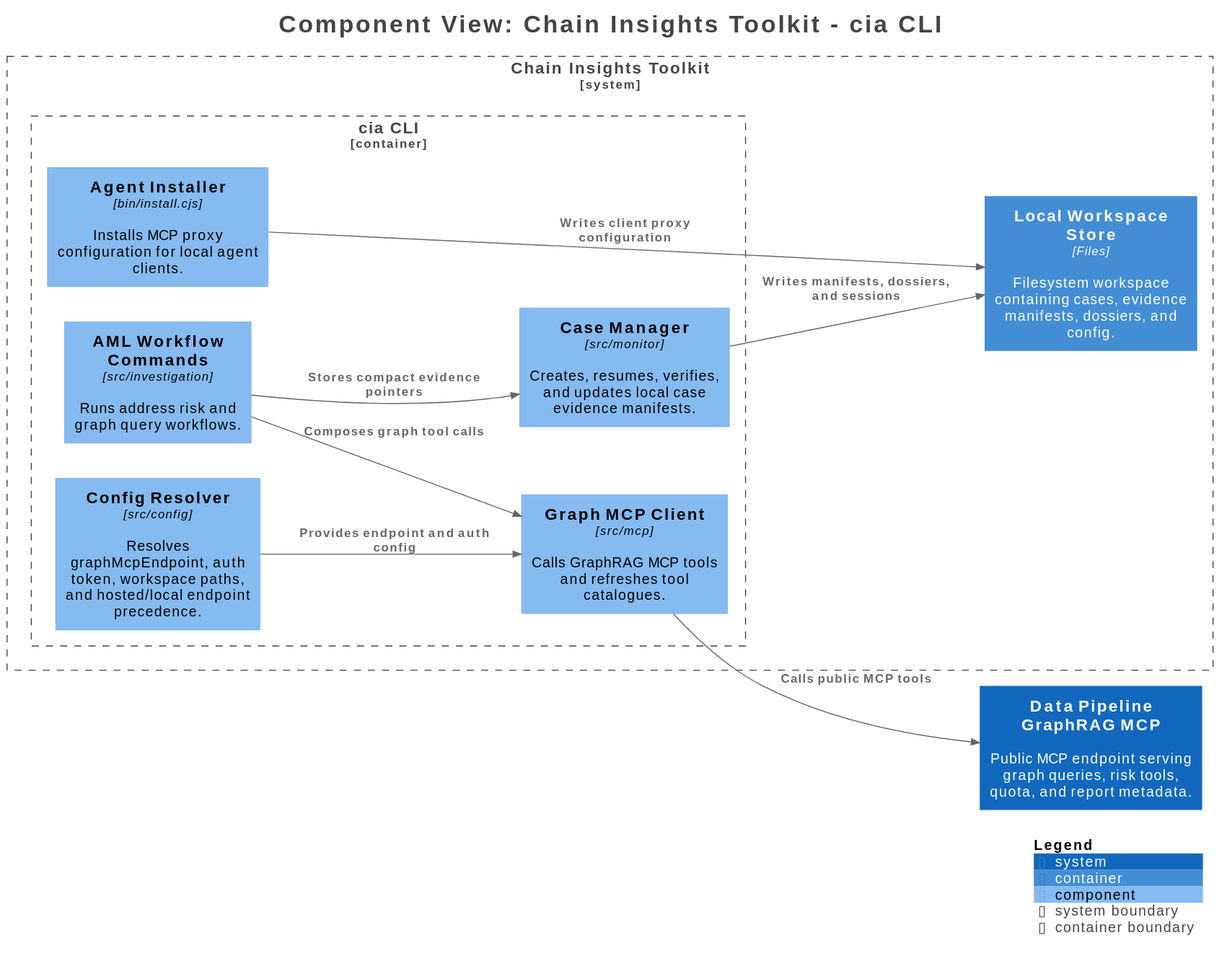
This is docs/architecture/diagrams/rendered/global/structurizr-chain-insights-components.svg from chainswarm/chain-insights, a PlantUML export, as it was before one commit.
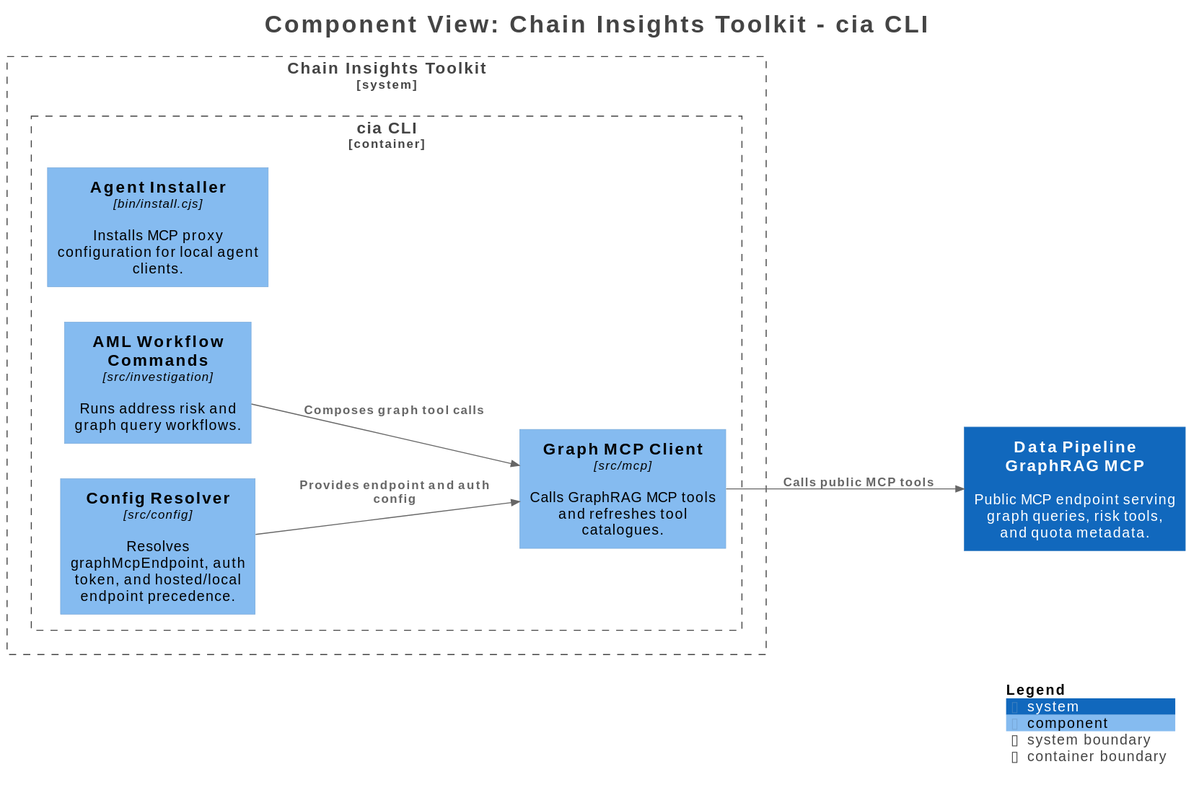
The same diagram one commit later.

Change to the diagram source:
```diff
@@ -13,29 +13,23 @@
 
 !include <C4/C4>
 !include <C4/C4_Context>
-!include <C4/C4_Container>
 !include <C4/C4_Component>
 
-System(DataPipelineGraphRAGMCP, "Data Pipeline GraphRAG MCP", $descr="Public MCP endpoint serving graph queries, risk tools, quota, and report metadata.", $tags="", $link="")
+System(DataPipelineGraphRAGMCP, "Data Pipeline GraphRAG MCP", $descr="Public MCP endpoint serving graph queries, risk tools, and quota metadata.", $tags="", $link="")
 
 System_Boundary("ChainInsightsToolkit_boundary", "Chain Insights Toolkit", $tags="") {
   Container_Boundary("ChainInsightsToolkit.ciaCLI_boundary", "cia CLI", $tags="") {
-    Component(ChainInsightsToolkit.ciaCLI.CaseManager, "Case Manager", $techn="src/monitor", $descr="Creates, resumes, verifies, and updates local case evidence manifests.", $tags="", $link="")
-    Component(ChainInsightsToolkit.ciaCLI.AgentInstaller, "Agent Installer", $techn="bin/install.cjs", $descr="Installs MCP proxy configuration for local agent clients.", $tags="", $link="")
-    Component(ChainInsightsToolkit.ciaCLI.ConfigResolver, "Config Resolver", $techn="src/config", $descr="Resolves graphMcpEndpoint, auth token, workspace paths, and hosted/local endpoint precedence.", $tags="", $link="")
+    Component(ChainInsightsToolkit.ciaCLI.ConfigResolver, "Config Resolver", $techn="src/config", $descr="Resolves graphMcpEndpoint, auth token, and hosted/local endpoint precedence.", $tags="", $link="")
     Component(ChainInsightsToolkit.ciaCLI.GraphMCPClient, "Graph MCP Client", $techn="src/mcp", $descr="Calls GraphRAG MCP tools and refreshes tool catalogues.", $tags="", $link="")
     Component(ChainInsightsToolkit.ciaCLI.AMLWorkflowCommands, "AML Workflow Commands", $techn="src/investigation", $descr="Runs address risk and graph query workflows.", $tags="", $link="")
+    Component(ChainInsightsToolkit.ciaCLI.AgentInstaller, "Agent Installer", $techn="bin/install.cjs", $descr="Installs MCP proxy configuration for local agent clients.", $tags="", $link="")
   }
 
-  Container(ChainInsightsToolkit.LocalWorkspaceStore, "Local Workspace Store", $techn="Files", $descr="Filesystem workspace containing cases, evidence manifests, dossiers, and config.", $tags="", $link="")
 }
 
 Rel(ChainInsightsToolkit.ciaCLI.ConfigResolver, ChainInsightsToolkit.ciaCLI.GraphMCPClient, "Provides endpoint and auth config", $techn="", $tags="", $link="")
 Rel(ChainInsightsToolkit.ciaCLI.GraphMCPClient, DataPipelineGraphRAGMCP, "Calls public MCP tools", $techn="", $tags="", $link="")
 Rel(ChainInsightsToolkit.ciaCLI.AMLWorkflowCommands, ChainInsightsToolkit.ciaCLI.GraphMCPClient, "Composes graph tool calls", $techn="", $tags="", $link="")
-Rel(ChainInsightsToolkit.ciaCLI.AMLWorkflowCommands, ChainInsightsToolkit.ciaCLI.CaseManager, "Stores compact evidence pointers", $techn="", $tags="", $link="")
-Rel(ChainInsightsToolkit.ciaCLI.CaseManager, ChainInsightsToolkit.LocalWorkspaceStore, "Writes manifests, dossiers, and sessions", $techn="", $tags="", $link="")
-Rel(ChainInsightsToolkit.ciaCLI.AgentInstaller, ChainInsightsToolkit.LocalWorkspaceStore, "Writes client proxy configuration", $techn="", $tags="", $link="")
 
 SHOW_LEGEND(true)
 hide stereotypes
```
